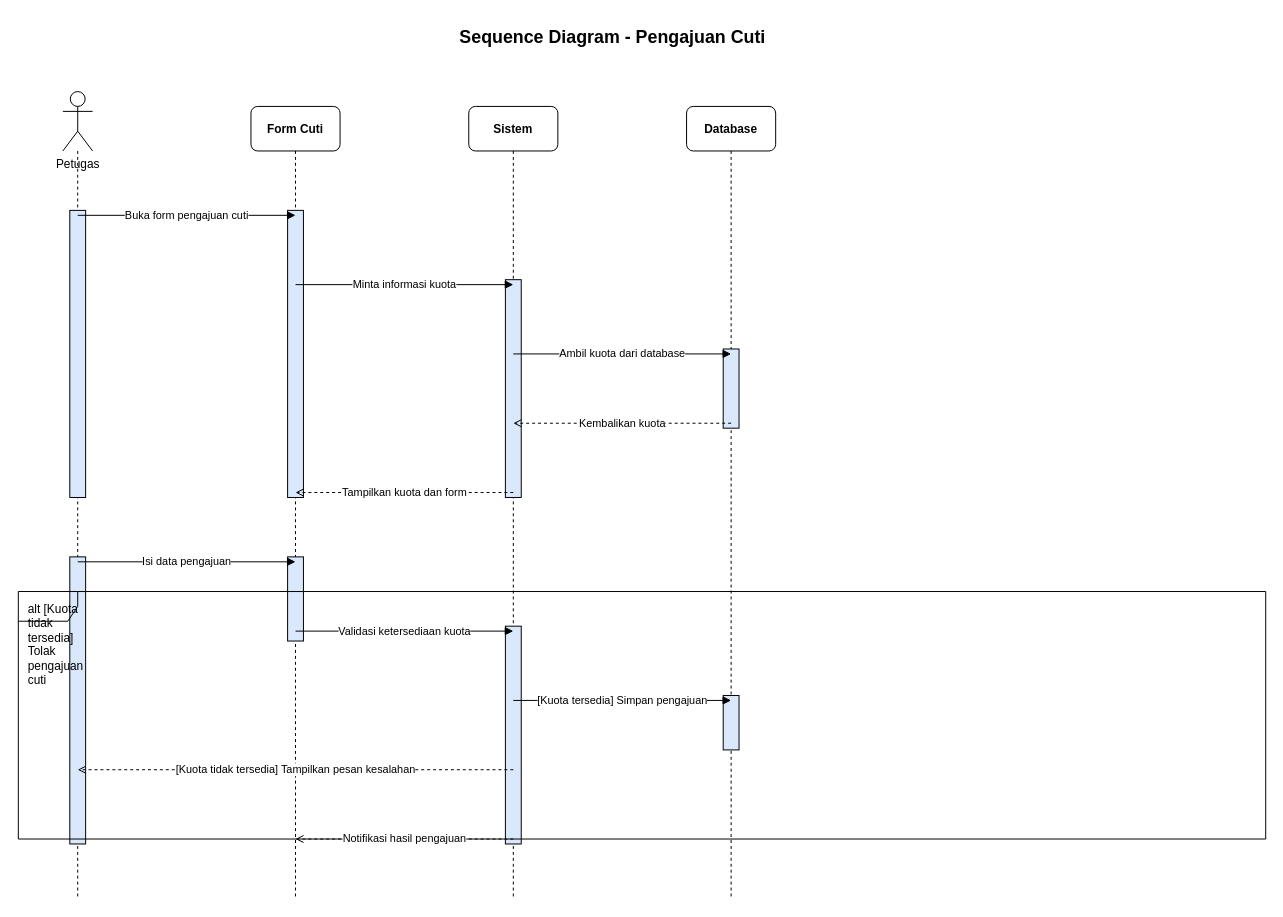
Before: page "pengajuan_cuti" (5 of 11) of diagram/sequence_diagram/sequence_rad_revised_v2.drawio in gdamar/laporan-ekinerja, a draw.io diagram. Source tidied: cells renumbered, new cells numbered last; positions are measured from the earlier drawing's top-left corner, leaving out a move shared by most shapes. Both pictures are drawn from the tidied source at 99%, with x=0, y=0 at pixel (18, 17).
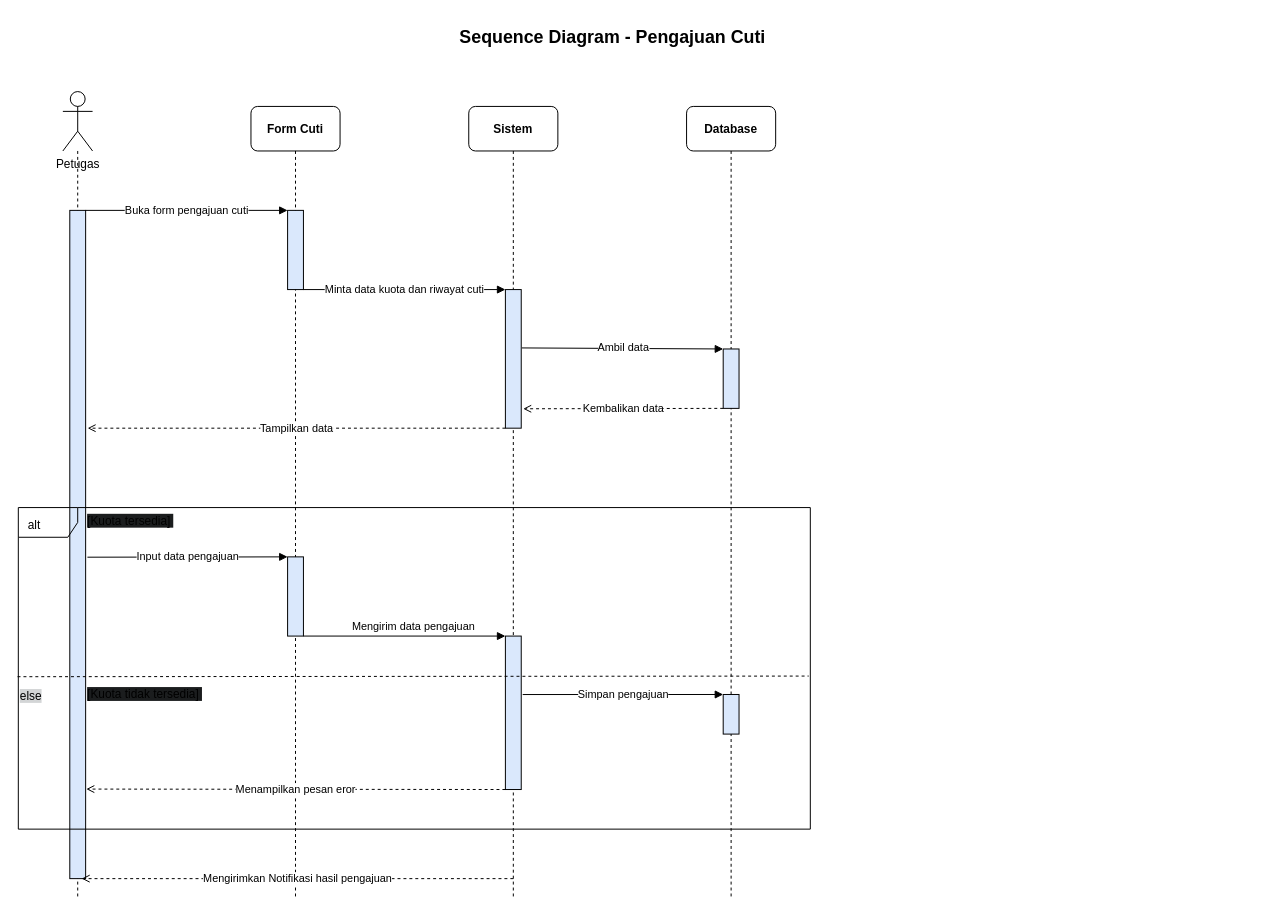
After the change.

What changed in the source:
```diff
@@
     <mxCell id="11" style="fillColor=#dae8fc;strokeColor=#000000;opacity=100;" parent="1" vertex="1">
-      <mxGeometry x="52" y="195" width="16" height="290" as="geometry" />
+      <mxGeometry x="52" y="195" width="16" height="675" as="geometry" />
     </mxCell>
     <mxCell id="12" style="fillColor=#dae8fc;strokeColor=#000000;opacity=100;" parent="1" vertex="1">
-      <mxGeometry x="272" y="195" width="16" height="290" as="geometry" />
+      <mxGeometry x="272" y="195" width="16" height="80" as="geometry" />
     </mxCell>
     <mxCell id="13" style="fillColor=#dae8fc;strokeColor=#000000;opacity=100;" parent="1" vertex="1">
-      <mxGeometry x="492" y="265" width="16" height="220" as="geometry" />
+      <mxGeometry x="492" y="275" width="16" height="140" as="geometry" />
     </mxCell>
     <mxCell id="14" style="fillColor=#dae8fc;strokeColor=#000000;opacity=100;" parent="1" vertex="1">
-      <mxGeometry x="712" y="335" width="16" height="80" as="geometry" />
+      <mxGeometry x="712" y="335" width="16" height="60" as="geometry" />
     </mxCell>
-    <mxCell id="15" style="fillColor=#dae8fc;strokeColor=#000000;opacity=100;" parent="1" vertex="1">
-      <mxGeometry x="52" y="545" width="16" height="290" as="geometry" />
-    </mxCell>
     <mxCell id="16" style="fillColor=#dae8fc;strokeColor=#000000;opacity=100;" parent="1" vertex="1">
-      <mxGeometry x="272" y="545" width="16" height="85" as="geometry" />
+      <mxGeometry x="272" y="545" width="16" height="80" as="geometry" />
     </mxCell>
     <mxCell id="17" style="fillColor=#dae8fc;strokeColor=#000000;opacity=100;" parent="1" vertex="1">
-      <mxGeometry x="492" y="615" width="16" height="220" as="geometry" />
+      <mxGeometry x="492" y="625" width="16" height="155" as="geometry" />
     </mxCell>
     <mxCell id="18" style="fillColor=#dae8fc;strokeColor=#000000;opacity=100;" parent="1" vertex="1">
-      <mxGeometry x="712" y="685" width="16" height="55" as="geometry" />
+      <mxGeometry x="712" y="684" width="16" height="40" as="geometry" />
     </mxCell>
-    <mxCell id="19" value="alt [Kuota tidak tersedia] Tolak pengajuan cuti" style="shape=umlFrame;whiteSpace=wrap;html=1;fillColor=none;strokeColor=#000000;fontColor=#000000;boundedLbl=1;verticalAlign=top;align=left;spacingLeft=8;spacingTop=4;" parent="1" vertex="1">
-      <mxGeometry y="580" width="1260" height="250" as="geometry" />
+    <mxCell id="19" value="alt" style="shape=umlFrame;whiteSpace=wrap;html=1;fillColor=none;strokeColor=#000000;fontColor=#000000;boundedLbl=1;verticalAlign=top;align=left;spacingLeft=8;spacingTop=4;" parent="1" vertex="1">
+      <mxGeometry y="495.2" width="800" height="324.8" as="geometry" />
     </mxCell>
-    <mxCell id="20" value="Buka form pengajuan cuti" style="edgeStyle=none;html=1;strokeColor=#000000;endArrow=block;endFill=1;" parent="1" edge="1">
-      <mxGeometry relative="1" as="geometry">
-        <mxPoint x="60" y="200" as="sourcePoint" />
-        <mxPoint x="280" y="200" as="targetPoint" />
-      </mxGeometry>
+    <mxCell id="20" value="Buka form pengajuan cuti" style="edgeStyle=none;html=1;strokeColor=#000000;endArrow=block;endFill=1;entryX=0;entryY=0;entryDx=0;entryDy=0;exitX=1;exitY=0;exitDx=0;exitDy=0;" parent="1" edge="1" source="11" target="12">
+      <mxGeometry relative="1" as="geometry" />
     </mxCell>
-    <mxCell id="21" value="Minta informasi kuota" style="edgeStyle=none;html=1;strokeColor=#000000;endArrow=block;endFill=1;" parent="1" edge="1">
-      <mxGeometry relative="1" as="geometry">
-        <mxPoint x="280" y="270" as="sourcePoint" />
-        <mxPoint x="500" y="270" as="targetPoint" />
-      </mxGeometry>
+    <mxCell id="21" value="Minta data kuota dan riwayat cuti" style="edgeStyle=none;html=1;strokeColor=#000000;endArrow=block;endFill=1;exitX=1;exitY=1;exitDx=0;exitDy=0;entryX=0;entryY=0;entryDx=0;entryDy=0;" parent="1" edge="1" source="12" target="13">
+      <mxGeometry relative="1" as="geometry" />
     </mxCell>
-    <mxCell id="22" value="Ambil kuota dari database" style="edgeStyle=none;html=1;strokeColor=#000000;endArrow=block;endFill=1;" parent="1" edge="1">
-      <mxGeometry relative="1" as="geometry">
-        <mxPoint x="500" y="340" as="sourcePoint" />
-        <mxPoint x="720" y="340" as="targetPoint" />
-      </mxGeometry>
+    <mxCell id="22" value="Ambil data" style="edgeStyle=none;html=1;strokeColor=#000000;endArrow=block;endFill=1;entryX=0;entryY=0;entryDx=0;entryDy=0;exitX=1.038;exitY=0.421;exitDx=0;exitDy=0;exitPerimeter=0;" parent="1" edge="1" source="13" target="14">
+      <mxGeometry relative="1" as="geometry" />
     </mxCell>
-    <mxCell id="23" value="Kembalikan kuota" style="edgeStyle=none;html=1;dashed=1;strokeColor=#000000;endArrow=open;endFill=0;" parent="1" edge="1">
-      <mxGeometry relative="1" as="geometry">
-        <mxPoint x="720" y="410" as="sourcePoint" />
-        <mxPoint x="500" y="410" as="targetPoint" />
-      </mxGeometry>
+    <mxCell id="23" value="Kembalikan data" style="edgeStyle=none;html=1;dashed=1;strokeColor=#000000;endArrow=open;endFill=0;exitX=0;exitY=1;exitDx=0;exitDy=0;entryX=1.125;entryY=0.86;entryDx=0;entryDy=0;entryPerimeter=0;" parent="1" edge="1" source="14" target="13">
+      <mxGeometry relative="1" as="geometry" />
     </mxCell>
-    <mxCell id="24" value="Tampilkan kuota dan form" style="edgeStyle=none;html=1;dashed=1;strokeColor=#000000;endArrow=open;endFill=0;" parent="1" edge="1">
+    <mxCell id="24" value="Tampilkan data" style="edgeStyle=none;html=1;dashed=1;strokeColor=#000000;endArrow=open;endFill=0;" parent="1" edge="1">
       <mxGeometry relative="1" as="geometry">
-        <mxPoint x="500" y="480" as="sourcePoint" />
-        <mxPoint x="280" y="480" as="targetPoint" />
+        <mxPoint x="492" y="415" as="sourcePoint" />
+        <mxPoint x="70" y="415" as="targetPoint" />
       </mxGeometry>
     </mxCell>
-    <mxCell id="25" value="Isi data pengajuan" style="edgeStyle=none;html=1;strokeColor=#000000;endArrow=block;endFill=1;" parent="1" edge="1">
-      <mxGeometry relative="1" as="geometry">
-        <mxPoint x="60" y="550" as="sourcePoint" />
-        <mxPoint x="280" y="550" as="targetPoint" />
-      </mxGeometry>
+    <mxCell id="25" value="Input data pengajuan" style="edgeStyle=none;html=1;strokeColor=#000000;endArrow=block;endFill=1;entryX=0;entryY=0;entryDx=0;entryDy=0;exitX=1.113;exitY=0.519;exitDx=0;exitDy=0;exitPerimeter=0;" parent="1" edge="1" source="11" target="16">
+      <mxGeometry relative="1" as="geometry" />
     </mxCell>
-    <mxCell id="26" value="Validasi ketersediaan kuota" style="edgeStyle=none;html=1;strokeColor=#000000;endArrow=block;endFill=1;" parent="1" edge="1">
-      <mxGeometry relative="1" as="geometry">
-        <mxPoint x="280" y="620" as="sourcePoint" />
-        <mxPoint x="500" y="620" as="targetPoint" />
-      </mxGeometry>
+    <mxCell id="26" value="Mengirim data pengajuan" style="edgeStyle=none;html=1;strokeColor=#000000;endArrow=block;endFill=1;entryX=0;entryY=0;entryDx=0;entryDy=0;exitX=1;exitY=1;exitDx=0;exitDy=0;" parent="1" edge="1" source="16" target="17">
+      <mxGeometry x="0.09" y="10" relative="1" as="geometry" />
     </mxCell>
-    <mxCell id="27" value="[Kuota tersedia] Simpan pengajuan" style="edgeStyle=none;html=1;strokeColor=#000000;endArrow=block;endFill=1;" parent="1" edge="1">
-      <mxGeometry relative="1" as="geometry">
-        <mxPoint x="500" y="690" as="sourcePoint" />
-        <mxPoint x="720" y="690" as="targetPoint" />
-      </mxGeometry>
+    <mxCell id="27" value="Simpan pengajuan" style="edgeStyle=none;html=1;strokeColor=#000000;endArrow=block;endFill=1;entryX=0;entryY=0;entryDx=0;entryDy=0;exitX=1.094;exitY=0.381;exitDx=0;exitDy=0;exitPerimeter=0;" parent="1" edge="1" source="17" target="18">
+      <mxGeometry relative="1" as="geometry" />
     </mxCell>
+    <mxCell id="29" value="Mengirimkan Notifikasi hasil pengajuan" style="edgeStyle=none;html=1;dashed=1;strokeColor=#000000;endArrow=open;endFill=0;entryX=0.75;entryY=1;entryDx=0;entryDy=0;" parent="1" edge="1" target="11">
+      <mxGeometry relative="1" as="geometry">
+        <mxPoint x="500" y="870" as="sourcePoint" />
+      </mxGeometry>
+    </mxCell>
+    <mxCell id="30" style="endArrow=none;dashed=1;html=1;rounded=0;defaultLabelBackgroundColor=page;exitX=-0.001;exitY=0.526;exitDx=0;exitDy=0;exitPerimeter=0;entryX=0.998;entryY=0.524;entryDx=0;entryDy=0;entryPerimeter=0;" parent="1" edge="1" source="19" target="19">
+      <mxGeometry relative="1" as="geometry" />
+    </mxCell>
+    <mxCell id="31" value="&lt;span style=&quot;background-color: rgb(211, 213, 214);&quot;&gt;else&lt;/span&gt;" style="text;whiteSpace=wrap;html=1;fontColor=light-dark(#000000,#000000);" parent="1" vertex="1">
+      <mxGeometry y="672.4" width="30" height="22.8" as="geometry" />
+    </mxCell>
+    <mxCell id="32" value="&lt;span style=&quot;font-family: Helvetica; font-size: 12px; font-style: normal; font-variant-ligatures: normal; font-variant-caps: normal; font-weight: 400; letter-spacing: normal; orphans: 2; text-align: left; text-indent: 0px; text-transform: none; widows: 2; word-spacing: 0px; -webkit-text-stroke-width: 0px; white-space: normal; background-color: rgb(27, 29, 30); text-decoration-thickness: initial; text-decoration-style: initial; text-decoration-color: initial; float: none; display: inline !important;&quot;&gt;[Kuota tersedia]&lt;span&gt;&amp;nbsp;&lt;/span&gt;&lt;/span&gt;" style="text;whiteSpace=wrap;html=1;fontColor=light-dark(#000000,#000000);" parent="1" vertex="1">
+      <mxGeometry x="68" y="495.2" width="125" height="25.2" as="geometry" />
+    </mxCell>
+    <mxCell id="33" value="&lt;span style=&quot;font-family: Helvetica; font-size: 12px; font-style: normal; font-variant-ligatures: normal; font-variant-caps: normal; font-weight: 400; letter-spacing: normal; orphans: 2; text-align: left; text-indent: 0px; text-transform: none; widows: 2; word-spacing: 0px; -webkit-text-stroke-width: 0px; white-space: normal; background-color: rgb(27, 29, 30); text-decoration-thickness: initial; text-decoration-style: initial; text-decoration-color: initial; float: none; display: inline !important;&quot;&gt;[Kuota tidak tersedia]&lt;span&gt;&amp;nbsp;&lt;/span&gt;&lt;/span&gt;" style="text;whiteSpace=wrap;html=1;fontColor=light-dark(#000000,#000000);" parent="1" vertex="1">
+      <mxGeometry x="68" y="670" width="125" height="25.2" as="geometry" />
+    </mxCell>
-    <mxCell id="28" value="[Kuota tidak tersedia] Tampilkan pesan kesalahan" style="edgeStyle=none;html=1;dashed=1;strokeColor=#000000;endArrow=open;endFill=0;" parent="1" edge="1">
-      <mxGeometry relative="1" as="geometry">
-        <mxPoint x="500" y="760" as="sourcePoint" />
-        <mxPoint x="60" y="760" as="targetPoint" />
-      </mxGeometry>
+    <mxCell id="28" value="Menampilkan pesan eror" style="edgeStyle=none;html=1;dashed=1;strokeColor=#000000;endArrow=open;endFill=0;exitX=0;exitY=1;exitDx=0;exitDy=0;entryX=1.042;entryY=0.866;entryDx=0;entryDy=0;entryPerimeter=0;" parent="1" edge="1" source="17" target="11">
+      <mxGeometry relative="1" as="geometry" />
     </mxCell>
-    <mxCell id="29" value="Notifikasi hasil pengajuan" style="edgeStyle=none;html=1;dashed=1;strokeColor=#000000;endArrow=open;endFill=0;" parent="1" edge="1">
-      <mxGeometry relative="1" as="geometry">
-        <mxPoint x="500" y="830" as="sourcePoint" />
-        <mxPoint x="280" y="830" as="targetPoint" />
-      </mxGeometry>
-    </mxCell>
```
